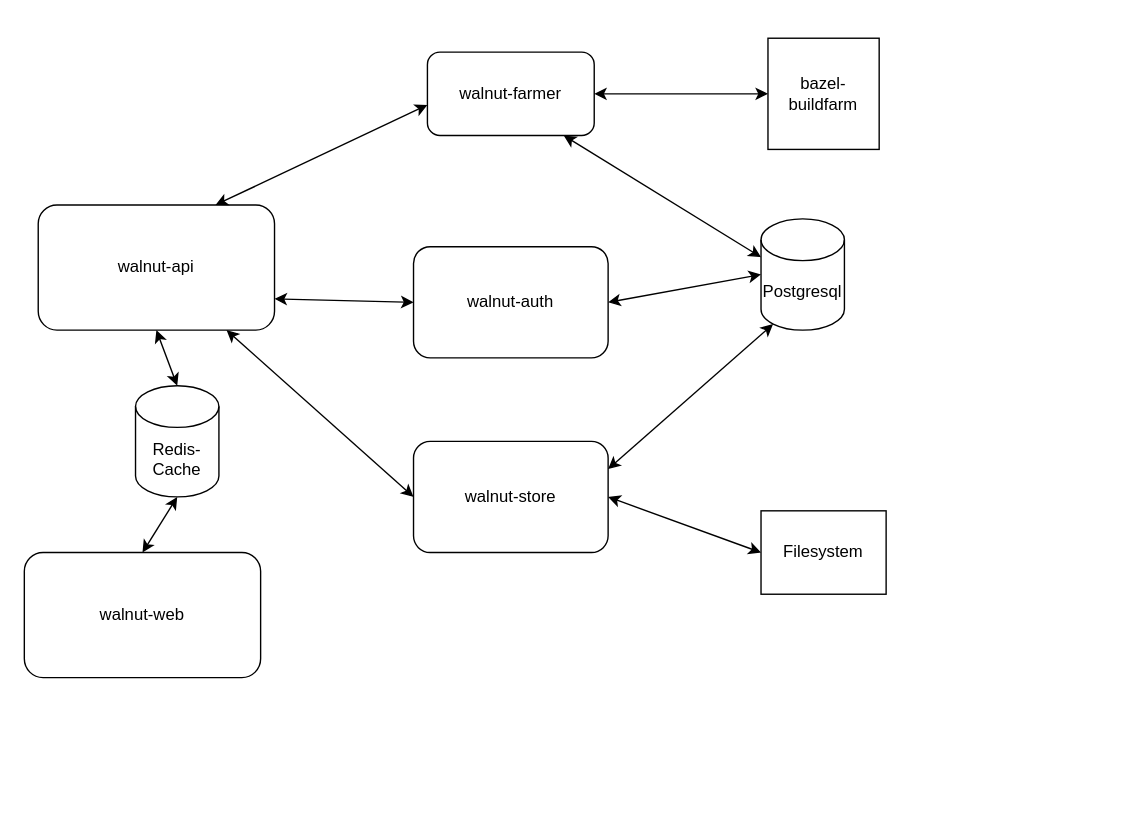
The draw.io diagram docs/architecture/arch.drawio in Kruemelmann/walnut, before the edit. Source tidied: cells renumbered, new cells numbered last; positions are measured from the earlier drawing's top-left corner, leaving out a move shared by most shapes. Both pictures are drawn from the tidied source at 139%, with x=0, y=0 at pixel (24, 38).
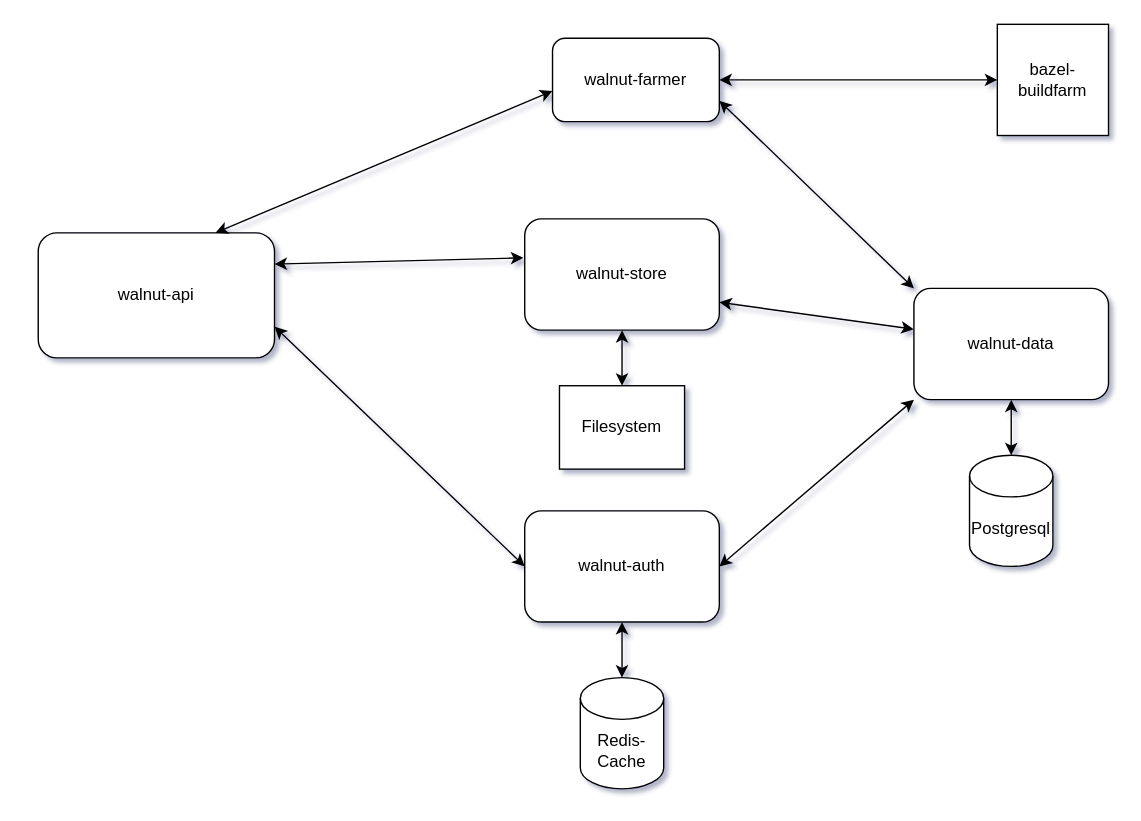
Above is the later version.

Commit message (it also covers changes not shown here):
updated the architecture picture to match the new arch

What changed in the source:
```diff
@@
-<mxGraphModel>
+<mxGraphModel shadow="1">
@@
     <mxCell id="2" value="walnut-api" style="rounded=1;whiteSpace=wrap;html=1;" parent="1" vertex="1">
-      <mxGeometry x="10" y="120" width="170" height="90" as="geometry" />
+      <mxGeometry x="10" y="140" width="170" height="90" as="geometry" />
     </mxCell>
-    <mxCell id="3" style="endArrow=classic;startArrow=classic;html=1;rounded=0;exitX=0.5;exitY=1;exitDx=0;exitDy=0;entryX=0.5;entryY=0;entryDx=0;entryDy=0;entryPerimeter=0;" parent="1" edge="1" source="2" target="6">
+    <mxCell id="3" style="endArrow=classic;startArrow=classic;html=1;rounded=0;entryX=0.5;entryY=0;entryDx=0;entryDy=0;entryPerimeter=0;" parent="1" edge="1" source="7" target="6">
       <mxGeometry relative="1" as="geometry" />
     </mxCell>
-    <mxCell id="4" style="endArrow=classic;startArrow=classic;html=1;rounded=0;entryX=0.5;entryY=1;entryDx=0;entryDy=0;exitX=0.5;exitY=0;exitDx=0;exitDy=0;entryPerimeter=0;" parent="1" edge="1" source="5" target="6">
-      <mxGeometry relative="1" as="geometry" />
-    </mxCell>
-    <mxCell id="5" value="&lt;div&gt;walnut-web&lt;/div&gt;" style="rounded=1;whiteSpace=wrap;html=1;" parent="1" vertex="1">
-      <mxGeometry y="370" width="170" height="90" as="geometry" />
-    </mxCell>
     <mxCell id="6" value="Redis-Cache" style="shape=cylinder3;whiteSpace=wrap;html=1;boundedLbl=1;backgroundOutline=1;size=15;" parent="1" vertex="1">
-      <mxGeometry x="80" y="250" width="60" height="80" as="geometry" />
+      <mxGeometry x="400" y="460" width="60" height="80" as="geometry" />
     </mxCell>
     <mxCell id="7" value="walnut-auth" style="rounded=1;whiteSpace=wrap;html=1;" parent="1" vertex="1">
-      <mxGeometry x="280" y="150" width="140" height="80" as="geometry" />
+      <mxGeometry x="360" y="340" width="140" height="80" as="geometry" />
     </mxCell>
@@
-    <mxCell id="9" style="endArrow=classic;startArrow=classic;html=1;rounded=0;exitX=1;exitY=0.5;exitDx=0;exitDy=0;entryX=0;entryY=0.5;entryDx=0;entryDy=0;entryPerimeter=0;" parent="1" edge="1" source="7" target="10">
-      <mxGeometry relative="1" as="geometry" />
-    </mxCell>
     <mxCell id="10" value="Postgresql" style="shape=cylinder3;whiteSpace=wrap;html=1;boundedLbl=1;backgroundOutline=1;size=15;" parent="1" vertex="1">
-      <mxGeometry x="530" y="130" width="60" height="80" as="geometry" />
+      <mxGeometry x="680" y="300" width="60" height="80" as="geometry" />
     </mxCell>
     <mxCell id="11" value="walnut-farmer" style="rounded=1;whiteSpace=wrap;html=1;" parent="1" vertex="1">
-      <mxGeometry x="290" y="10" width="120" height="60" as="geometry" />
+      <mxGeometry x="380" width="120" height="60" as="geometry" />
     </mxCell>
@@
     <mxCell id="13" value="bazel-buildfarm" style="whiteSpace=wrap;html=1;" parent="1" vertex="1">
-      <mxGeometry x="535" width="80" height="80" as="geometry" />
+      <mxGeometry x="700" y="-10" width="80" height="80" as="geometry" />
     </mxCell>
@@
-    <mxCell id="15" style="endArrow=classic;startArrow=classic;html=1;rounded=0;entryX=0;entryY=0;entryDx=0;entryDy=27.5;entryPerimeter=0;exitX=0.817;exitY=1;exitDx=0;exitDy=0;exitPerimeter=0;" parent="1" edge="1" source="11" target="10">
-      <mxGeometry relative="1" as="geometry" />
-    </mxCell>
     <mxCell id="16" value="walnut-store" style="rounded=1;whiteSpace=wrap;html=1;" parent="1" vertex="1">
-      <mxGeometry x="280" y="290" width="140" height="80" as="geometry" />
+      <mxGeometry x="360" y="130" width="140" height="80" as="geometry" />
     </mxCell>
+    <mxCell id="18" style="endArrow=classic;startArrow=classic;html=1;rounded=0;exitX=0.5;exitY=1;exitDx=0;exitDy=0;entryX=0.5;entryY=0;entryDx=0;entryDy=0;" parent="1" edge="1" source="16" target="20">
+      <mxGeometry relative="1" as="geometry" />
+    </mxCell>
+    <mxCell id="20" value="Filesystem" style="rounded=0;whiteSpace=wrap;html=1;" parent="1" vertex="1">
+      <mxGeometry x="385" y="250" width="90" height="60" as="geometry" />
+    </mxCell>
+    <mxCell id="21" value="walnut-data" style="rounded=1;whiteSpace=wrap;html=1;" parent="1" vertex="1">
+      <mxGeometry x="640" y="180" width="140" height="80" as="geometry" />
+    </mxCell>
-    <mxCell id="17" style="endArrow=classic;startArrow=classic;html=1;rounded=0;entryX=0;entryY=0.5;entryDx=0;entryDy=0;" parent="1" edge="1" source="2" target="16">
+    <mxCell id="17" style="endArrow=classic;startArrow=classic;html=1;rounded=0;entryX=-0.007;entryY=0.35;entryDx=0;entryDy=0;exitX=1;exitY=0.25;exitDx=0;exitDy=0;entryPerimeter=0;" parent="1" edge="1" source="2" target="16">
       <mxGeometry relative="1" as="geometry" />
     </mxCell>
-    <mxCell id="18" style="endArrow=classic;startArrow=classic;html=1;rounded=0;exitX=1;exitY=0.5;exitDx=0;exitDy=0;entryX=0;entryY=0.5;entryDx=0;entryDy=0;" parent="1" edge="1" source="16" target="20">
-      <mxGeometry relative="1" as="geometry" />
-    </mxCell>
-    <mxCell id="19" style="endArrow=classic;startArrow=classic;html=1;rounded=0;exitX=1;exitY=0.25;exitDx=0;exitDy=0;entryX=0.145;entryY=1;entryDx=0;entryDy=-4.35;entryPerimeter=0;" parent="1" edge="1" source="16" target="10">
-      <mxGeometry relative="1" as="geometry" />
-    </mxCell>
-    <mxCell id="20" value="Filesystem" style="rounded=0;whiteSpace=wrap;html=1;" parent="1" vertex="1">
-      <mxGeometry x="530" y="340" width="90" height="60" as="geometry" />
-    </mxCell>
+    <mxCell id="22" style="endArrow=classic;startArrow=classic;html=1;rounded=0;exitX=0.5;exitY=1;exitDx=0;exitDy=0;entryX=0.5;entryY=0;entryDx=0;entryDy=0;entryPerimeter=0;" parent="1" edge="1" source="21" target="10">
+      <mxGeometry relative="1" as="geometry" />
+    </mxCell>
+    <mxCell id="23" style="endArrow=classic;startArrow=classic;html=1;rounded=0;entryX=0;entryY=1;entryDx=0;entryDy=0;exitX=1;exitY=0.5;exitDx=0;exitDy=0;" parent="1" edge="1" source="7" target="21">
+      <mxGeometry relative="1" as="geometry" />
+    </mxCell>
+    <mxCell id="24" style="endArrow=classic;startArrow=classic;html=1;rounded=0;entryX=-0.001;entryY=0.367;entryDx=0;entryDy=0;exitX=1;exitY=0.75;exitDx=0;exitDy=0;entryPerimeter=0;" parent="1" edge="1" source="16" target="21">
+      <mxGeometry relative="1" as="geometry" />
+    </mxCell>
+    <mxCell id="25" style="endArrow=classic;startArrow=classic;html=1;rounded=0;entryX=0;entryY=0;entryDx=0;entryDy=0;exitX=1;exitY=0.75;exitDx=0;exitDy=0;" parent="1" edge="1" source="11" target="21">
+      <mxGeometry relative="1" as="geometry" />
+    </mxCell>
```
